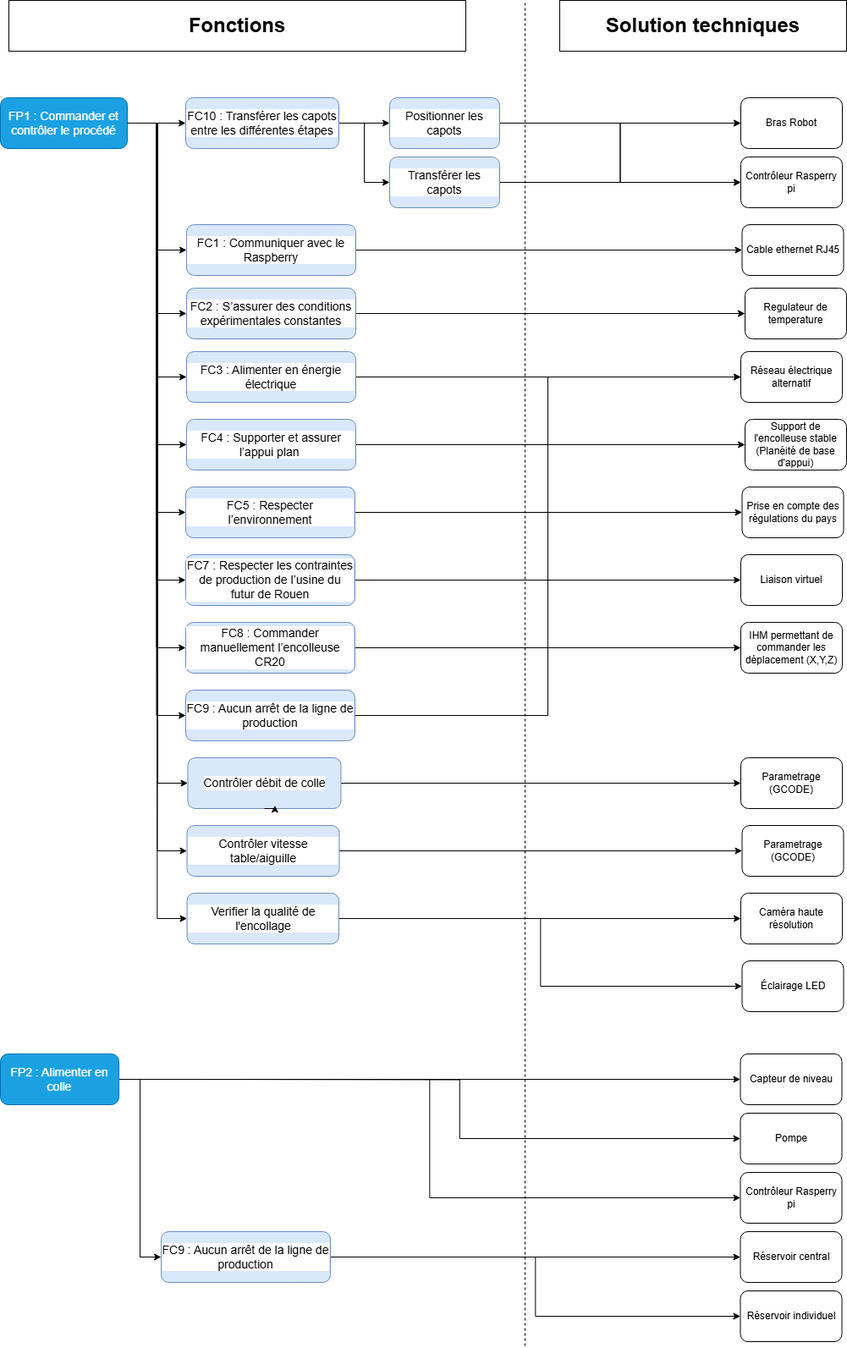
Above: PDCA4 (Analyse fonctionnelle)/FAST DIAGRAM/Diagramme_FAST.drawio.png in CharifMah/Systemes_automatises (draw.io), before the change. Source tidied: cells renumbered, new cells last; positions are measured from the earlier drawing's top-left corner, leaving out a move shared by most shapes.
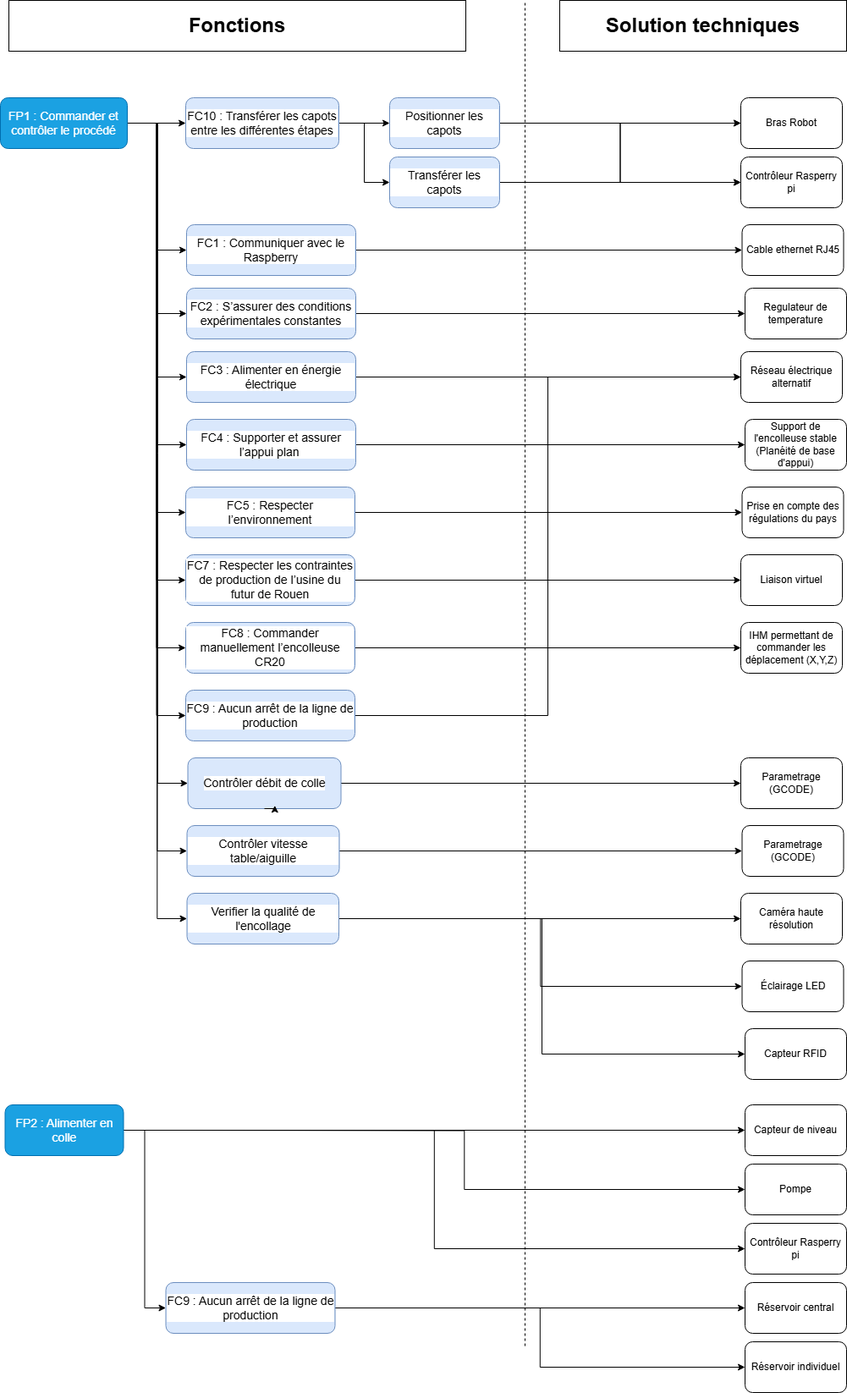
After the change.

Diff of the diagram source:
```diff
@@ -7,7 +7,7 @@
     </mxCell>
     <mxCell id="3" style="edgeStyle=orthogonalEdgeStyle;rounded=0;jettySize=auto;html=1;entryX=0;entryY=0.5;entryDx=0;entryDy=0;fontFamily=Helvetica;" parent="1" edge="1" target="36">
       <mxGeometry relative="1" as="geometry">
-        <mxPoint x="210" y="1275" as="sourcePoint" />
+        <mxPoint x="215.5" y="1335" as="sourcePoint" />
       </mxGeometry>
     </mxCell>
     <mxCell id="4" style="edgeStyle=orthogonalEdgeStyle;rounded=0;jettySize=auto;html=1;entryX=0;entryY=0.5;entryDx=0;entryDy=0;fontFamily=Helvetica;exitX=1;exitY=0.5;exitDx=0;exitDy=0;" parent="1" edge="1" source="45" target="37">
@@ -95,7 +95,7 @@
       <mxGeometry x="876.5" y="975" width="120" height="60" as="geometry" />
     </mxCell>
     <mxCell id="32" value="Capteur de niveau" style="rounded=1;whiteSpace=wrap;html=1;fontFamily=Helvetica;" parent="1" vertex="1">
-      <mxGeometry x="874.5" y="1245" width="120" height="60" as="geometry" />
+      <mxGeometry x="880" y="1305" width="120" height="60" as="geometry" />
     </mxCell>
     <mxCell id="33" value="Regulateur de temperature" style="rounded=1;whiteSpace=wrap;html=1;fontFamily=Helvetica;" parent="1" vertex="1">
       <mxGeometry x="880" y="340" width="120" height="60" as="geometry" />
@@ -104,13 +104,13 @@
       <mxGeometry x="875" y="115" width="120" height="60" as="geometry" />
     </mxCell>
     <mxCell id="35" value="Réservoir central" style="rounded=1;whiteSpace=wrap;html=1;fontFamily=Helvetica;" parent="1" vertex="1">
-      <mxGeometry x="874.5" y="1455" width="120" height="60" as="geometry" />
+      <mxGeometry x="880" y="1515" width="120" height="60" as="geometry" />
     </mxCell>
     <mxCell id="36" value="Pompe" style="rounded=1;whiteSpace=wrap;html=1;fontFamily=Helvetica;" parent="1" vertex="1">
-      <mxGeometry x="874.5" y="1315" width="120" height="60" as="geometry" />
+      <mxGeometry x="880" y="1375" width="120" height="60" as="geometry" />
     </mxCell>
     <mxCell id="37" value="Contrôleur Rasperry pi" style="rounded=1;whiteSpace=wrap;html=1;fontFamily=Helvetica;" parent="1" vertex="1">
-      <mxGeometry x="874.5" y="1385" width="120" height="60" as="geometry" />
+      <mxGeometry x="880" y="1445" width="120" height="60" as="geometry" />
     </mxCell>
     <mxCell id="38" style="edgeStyle=orthogonalEdgeStyle;rounded=0;jettySize=auto;html=1;fontFamily=Helvetica;" parent="1" edge="1" source="40" target="41">
       <mxGeometry relative="1" as="geometry" />
@@ -118,6 +118,9 @@
     <mxCell id="39" style="edgeStyle=orthogonalEdgeStyle;rounded=0;jettySize=auto;html=1;entryX=0;entryY=0.5;entryDx=0;entryDy=0;fontFamily=Helvetica;" parent="1" edge="1" source="40" target="42">
       <mxGeometry relative="1" as="geometry" />
     </mxCell>
+    <mxCell id="78" style="edgeStyle=orthogonalEdgeStyle;rounded=0;jettySize=auto;html=1;entryX=0;entryY=0.5;entryDx=0;entryDy=0;" parent="1" edge="1" source="40" target="79">
+      <mxGeometry relative="1" as="geometry" />
+    </mxCell>
     <mxCell id="40" value="&lt;span style=&quot;font-size: 14px;&quot;&gt;Verifier la qualité de l'encollage&lt;/span&gt;" style="rounded=1;whiteSpace=wrap;html=1;labelBackgroundColor=default;labelBorderColor=none;textShadow=0;fillColor=#dae8fc;strokeColor=#6c8ebf;fontFamily=Helvetica;" parent="1" vertex="1">
       <mxGeometry x="220.5" y="1055" width="179.5" height="60" as="geometry" />
     </mxCell>
@@ -134,7 +137,7 @@
       <mxGeometry relative="1" as="geometry" />
     </mxCell>
     <mxCell id="45" value="&lt;span style=&quot;font-size: 14px;&quot;&gt;&lt;font style=&quot;color: rgb(255, 255, 255);&quot;&gt;FP2 : Alimenter en colle&lt;/font&gt;&lt;/span&gt;" style="rounded=1;whiteSpace=wrap;html=1;fillColor=#1ba1e2;fontColor=#ffffff;strokeColor=#006EAF;fontFamily=Helvetica;" parent="1" vertex="1">
-      <mxGeometry y="1245" width="140" height="60" as="geometry" />
+      <mxGeometry x="5.5" y="1305" width="140" height="60" as="geometry" />
     </mxCell>
     <mxCell id="46" style="edgeStyle=orthogonalEdgeStyle;rounded=0;jettySize=auto;html=1;" parent="1" edge="1" source="47" target="48">
       <mxGeometry relative="1" as="geometry" />
@@ -224,10 +227,10 @@
       <mxGeometry relative="1" as="geometry" />
     </mxCell>
     <mxCell id="75" value="&lt;div&gt;&lt;font style=&quot;font-size: 14px;&quot;&gt;FC9&lt;/font&gt;&lt;span style=&quot;color: light-dark(rgb(0, 0, 0), rgb(255, 255, 255)); font-size: 14px; background-color: light-dark(#ffffff, var(--ge-dark-color, #121212));&quot;&gt;&amp;nbsp;:&amp;nbsp;&lt;/span&gt;&lt;span style=&quot;color: light-dark(rgb(0, 0, 0), rgb(255, 255, 255)); background-color: light-dark(#ffffff, var(--ge-dark-color, #121212)); font-size: 14px;&quot;&gt;Aucun arrêt de la ligne de production&lt;/span&gt;&lt;/div&gt;" style="rounded=1;whiteSpace=wrap;html=1;labelBackgroundColor=default;labelBorderColor=none;textShadow=0;fillColor=#dae8fc;strokeColor=#6c8ebf;fontFamily=Helvetica;" parent="1" vertex="1">
-      <mxGeometry x="190" y="1455" width="200" height="60" as="geometry" />
+      <mxGeometry x="195.5" y="1515" width="200" height="60" as="geometry" />
     </mxCell>
     <mxCell id="76" value="Réservoir individuel" style="rounded=1;whiteSpace=wrap;html=1;fontFamily=Helvetica;" parent="1" vertex="1">
-      <mxGeometry x="874.5" y="1525" width="120" height="60" as="geometry" />
+      <mxGeometry x="880" y="1585" width="120" height="60" as="geometry" />
     </mxCell>
     <mxCell id="77" style="endArrow=none;html=1;rounded=0;dashed=1;" parent="1" edge="1">
       <mxGeometry relative="1" as="geometry">
@@ -235,5 +238,8 @@
         <mxPoint x="620" as="targetPoint" />
       </mxGeometry>
     </mxCell>
+    <mxCell id="79" value="Capteur RFID" style="rounded=1;whiteSpace=wrap;html=1;fontFamily=Helvetica;" parent="1" vertex="1">
+      <mxGeometry x="880" y="1215" width="120" height="60" as="geometry" />
+    </mxCell>
   </root>
 </mxGraphModel>
```
